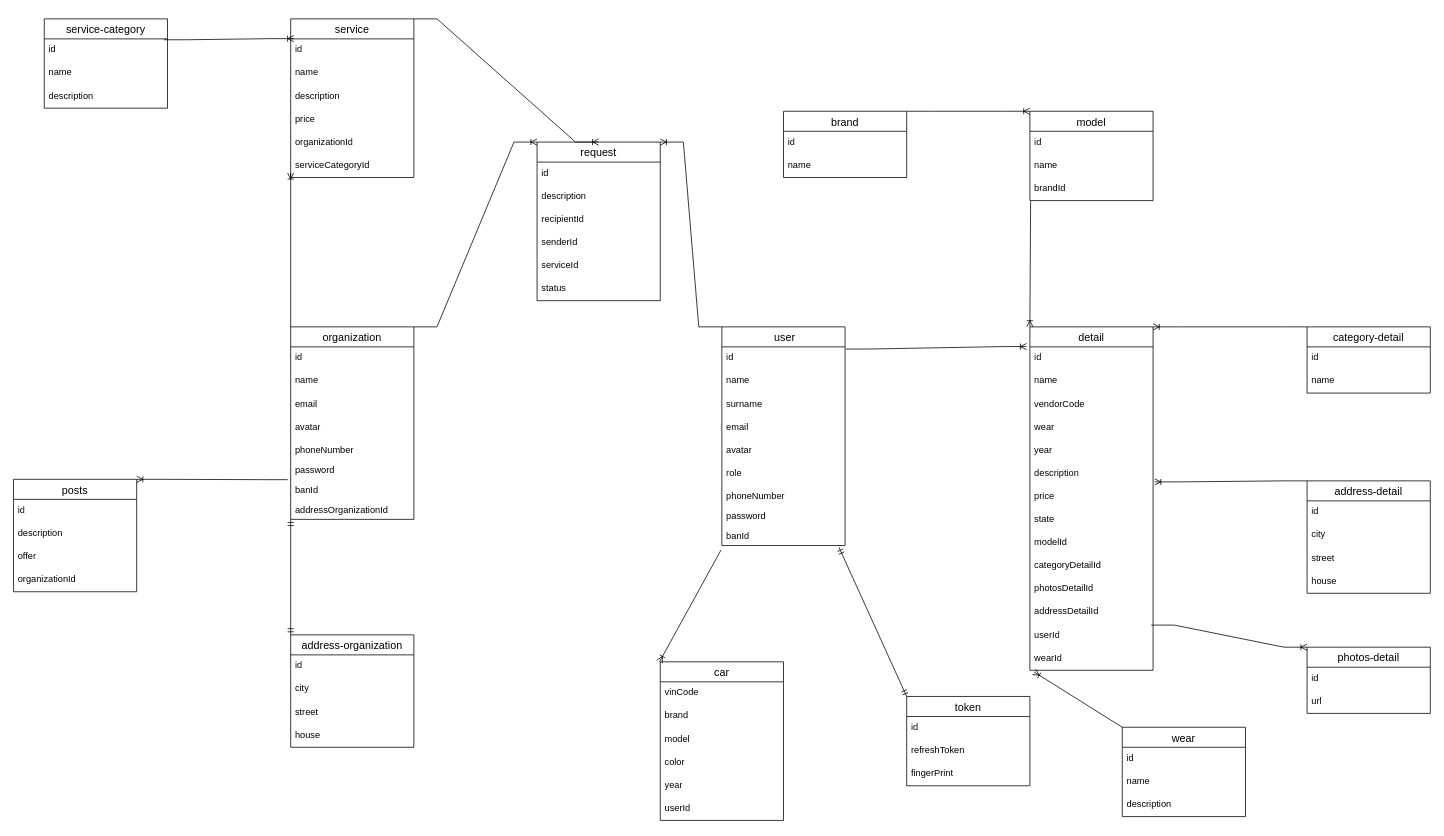
basharinandrej/cars keeps this draw.io diagram as page "Страница — 2" (2 of 2) of server/assets/schema-db.drawio. Above is the earlier version. Source tidied: cells renumbered, new cells numbered last; positions are measured from the earlier drawing's top-left corner, leaving out a move shared by most shapes. Both pictures are drawn from the tidied source at 77%, with x=0, y=0 at pixel (13, 18).
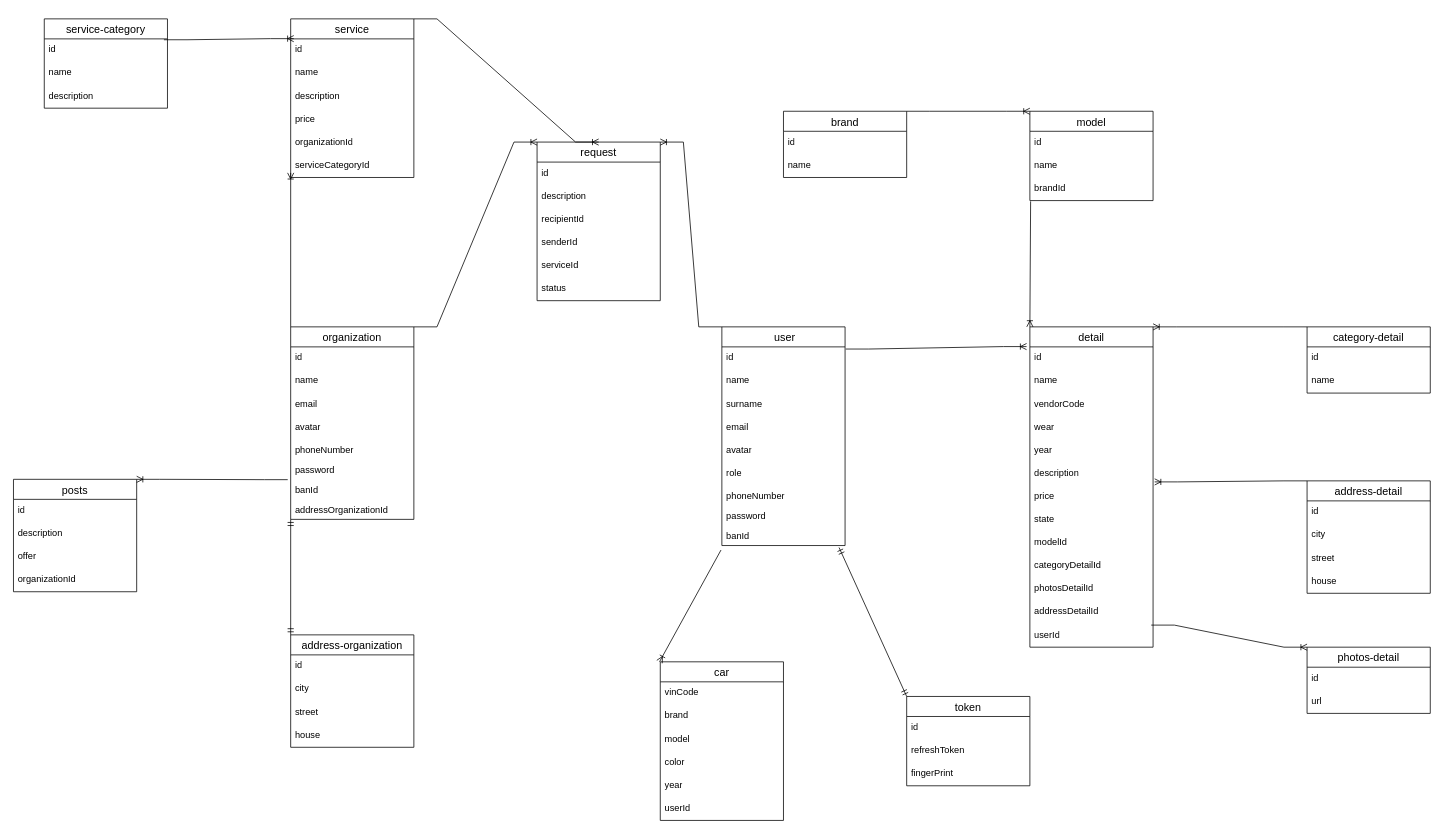
The same page after the edit.

Diff of the diagram source:
```diff
@@
     <mxCell id="13" value="detail" style="swimlane;fontStyle=0;horizontal=1;startSize=26;align=center;fontSize=14;" parent="1" vertex="1">
-      <mxGeometry x="1320" y="400" width="160" height="446" as="geometry" />
+      <mxGeometry x="1320" y="400" width="160" height="416" as="geometry" />
     </mxCell>
@@
-    <mxCell id="27" value="wearId" style="text;strokeColor=none;fillColor=none;spacingLeft=4;spacingRight=4;overflow=hidden;points=[[0,0.5],[1,0.5]];portConstraint=eastwest;fontSize=12;whiteSpace=wrap;html=1;" parent="13" vertex="1">
-      <mxGeometry y="416" width="160" height="30" as="geometry" />
-    </mxCell>
@@
-    <mxCell id="95" value="wear" style="swimlane;fontStyle=0;horizontal=1;startSize=26;align=center;fontSize=14;" parent="1" vertex="1">
-      <mxGeometry x="1440" y="920" width="160" height="116" as="geometry" />
-    </mxCell>
-    <mxCell id="96" value="id" style="text;strokeColor=none;fillColor=none;spacingLeft=4;spacingRight=4;overflow=hidden;fontSize=12;whiteSpace=wrap;html=1;" parent="95" vertex="1">
-      <mxGeometry y="26" width="160" height="30" as="geometry" />
-    </mxCell>
-    <mxCell id="97" value="name" style="text;strokeColor=none;fillColor=none;spacingLeft=4;spacingRight=4;overflow=hidden;fontSize=12;whiteSpace=wrap;html=1;" parent="95" vertex="1">
-      <mxGeometry y="56" width="160" height="30" as="geometry" />
-    </mxCell>
-    <mxCell id="98" value="description" style="text;strokeColor=none;fillColor=none;spacingLeft=4;spacingRight=4;overflow=hidden;fontSize=12;whiteSpace=wrap;html=1;" parent="95" vertex="1">
-      <mxGeometry y="86" width="160" height="30" as="geometry" />
-    </mxCell>
-    <mxCell id="99" style="fontSize=12;html=1;endArrow=ERoneToMany;rounded=0;exitX=0;exitY=0;exitDx=0;exitDy=0;entryX=0.034;entryY=1.072;entryDx=0;entryDy=0;entryPerimeter=0;" parent="1" edge="1" source="95" target="27">
-      <mxGeometry relative="1" as="geometry" />
-    </mxCell>
```
